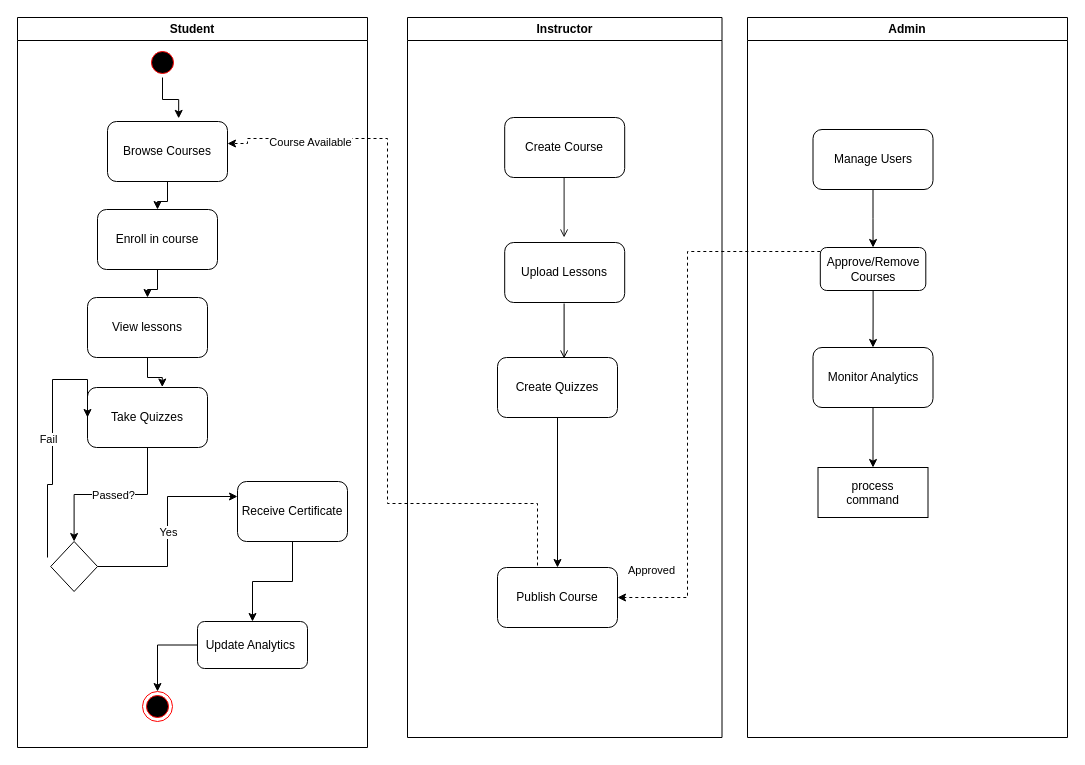
Earlier version of the draw.io diagram EnrollCourseActivity.drawio (Ayman71/SkillForge-UML-Design). Source tidied: cells renumbered, new cells numbered last; positions are measured from the earlier drawing's top-left corner, leaving out a move shared by most shapes. Both pictures are drawn from the tidied source at 100%, with x=0, y=0 at pixel (17, 17).
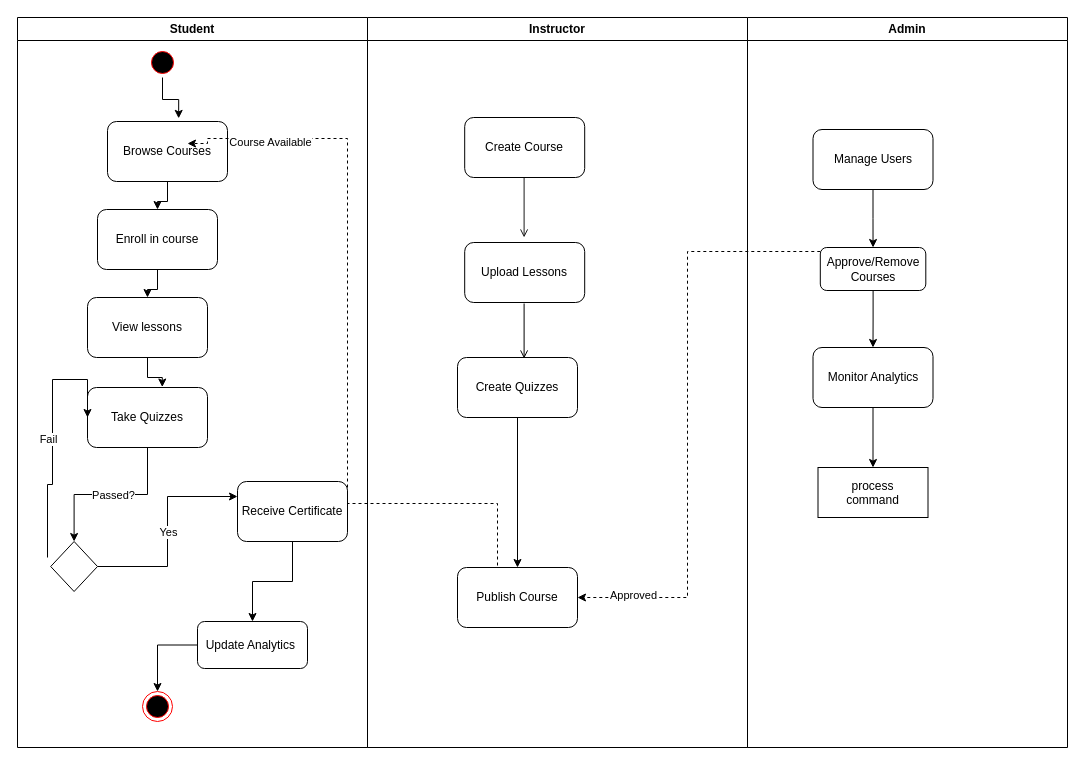
Above is the later version.

The change refers to these unchanged cells:
```xml
<mxCell id="33" value="Publish Course" style="rounded=1;whiteSpace=wrap;html=1;" parent="25" vertex="1">
  <mxGeometry x="90" y="550" width="120" height="60" as="geometry" />
</mxCell>
<mxCell id="43" value="Approve/Remove Courses" style="rounded=1;whiteSpace=wrap;html=1;" parent="36" vertex="1">
  <mxGeometry x="72.8" y="230" width="105.5" height="43" as="geometry" />
</mxCell>
```

What changed in the source:
```diff
@@
     <mxCell id="25" value="Instructor" style="swimlane;whiteSpace=wrap;" parent="1" vertex="1">
-      <mxGeometry x="390" width="314.5" height="720" as="geometry" />
+      <mxGeometry x="350" width="380" height="730" as="geometry" />
     </mxCell>
@@
-    <mxCell id="36" value="Admin" style="swimlane;whiteSpace=wrap;startSize=23;" parent="1" vertex="1">
-      <mxGeometry x="730" width="320" height="720" as="geometry" />
+    <mxCell id="36" value="Admin" style="swimlane;whiteSpace=wrap;startSize=23;" parent="25" vertex="1">
+      <mxGeometry x="380" width="320" height="730" as="geometry" />
     </mxCell>
@@
-    <mxCell id="44" style="edgeStyle=orthogonalEdgeStyle;shape=connector;rounded=0;jettySize=auto;html=1;entryX=1;entryY=0.5;entryDx=0;entryDy=0;strokeColor=default;align=center;verticalAlign=middle;fontFamily=Helvetica;fontSize=11;fontColor=default;labelBackgroundColor=default;endArrow=classic;dashed=1;" parent="1" edge="1" source="43" target="33">
+    <mxCell id="44" style="edgeStyle=orthogonalEdgeStyle;shape=connector;rounded=0;jettySize=auto;html=1;entryX=1;entryY=0.5;entryDx=0;entryDy=0;strokeColor=default;align=center;verticalAlign=middle;fontFamily=Helvetica;fontSize=11;fontColor=default;labelBackgroundColor=default;endArrow=classic;dashed=1;" parent="25" edge="1" source="43" target="33">
       <mxGeometry relative="1" as="geometry">
         <Array as="points">
-          <mxPoint x="670" y="234" />
-          <mxPoint x="670" y="580" />
+          <mxPoint x="320" y="234" />
+          <mxPoint x="320" y="580" />
         </Array>
       </mxGeometry>
     </mxCell>
```
